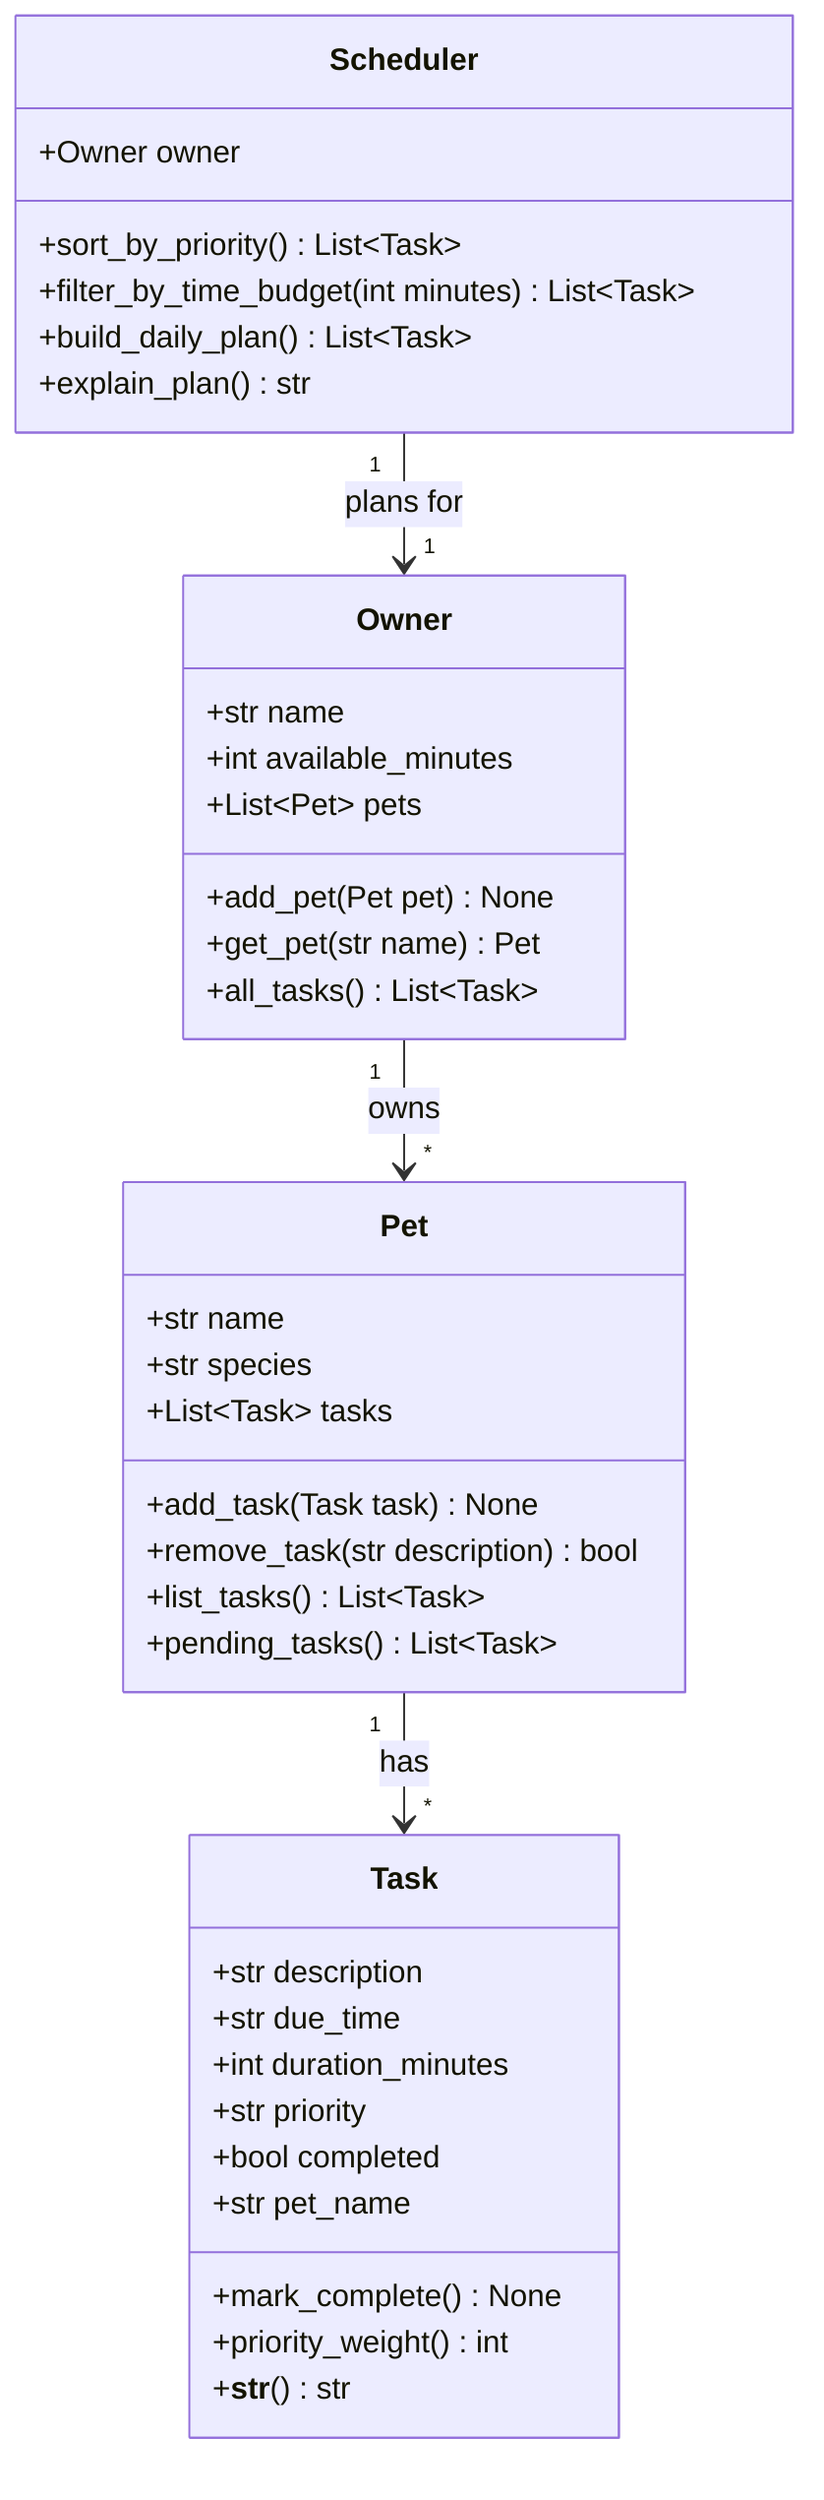
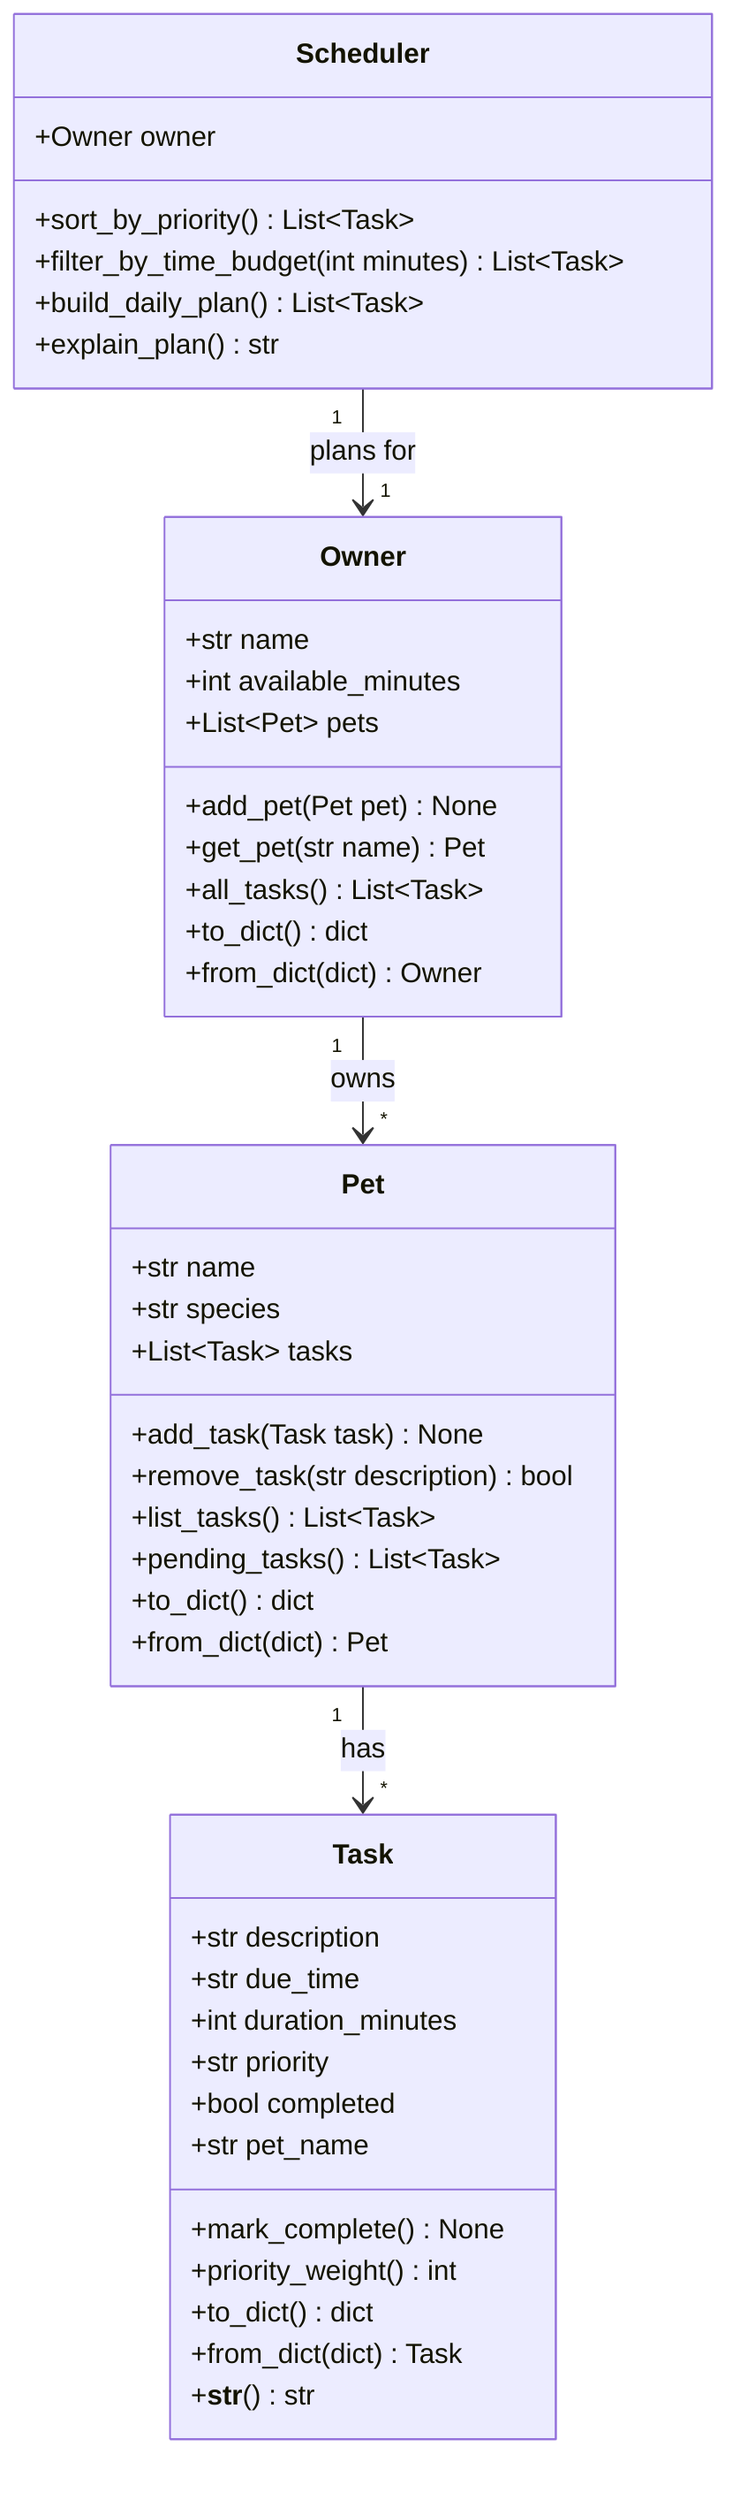
classDiagram
    %% PawPal+ core OOP design.
    %% This diagram is kept in sync with pawpal_system.py.
+     %% Module-level JSON helpers: save_owner(owner, path) and load_owner(path) -> Owner.

    class Task {
        +str description
        +str due_time
        +int duration_minutes
        +str priority
        +bool completed
        +str pet_name
        +mark_complete() None
        +priority_weight() int
+         +to_dict() dict
+         +from_dict(dict) Task
        +__str__() str
    }

    class Pet {
        +str name
        +str species
        +List~Task~ tasks
        +add_task(Task task) None
        +remove_task(str description) bool
        +list_tasks() List~Task~
        +pending_tasks() List~Task~
+         +to_dict() dict
+         +from_dict(dict) Pet
    }

    class Owner {
        +str name
        +int available_minutes
        +List~Pet~ pets
        +add_pet(Pet pet) None
        +get_pet(str name) Pet
        +all_tasks() List~Task~
+         +to_dict() dict
+         +from_dict(dict) Owner
    }

    class Scheduler {
        +Owner owner
        +sort_by_priority() List~Task~
        +filter_by_time_budget(int minutes) List~Task~
        +build_daily_plan() List~Task~
        +explain_plan() str
    }

    Owner "1" --> "*" Pet : owns
    Pet "1" --> "*" Task : has
    Scheduler "1" --> "1" Owner : plans for
